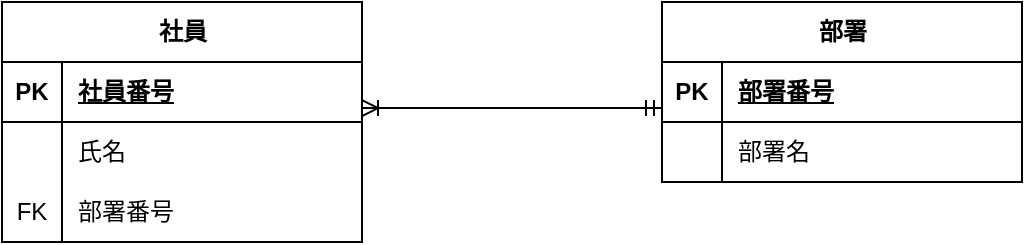
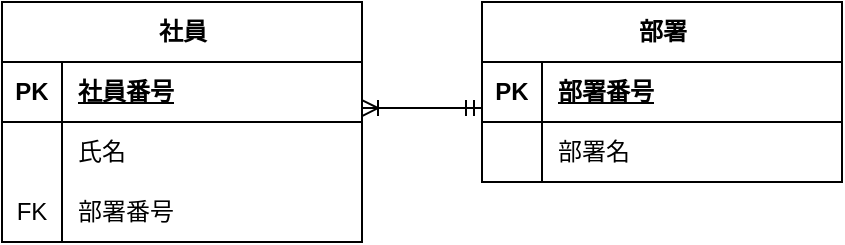
<mxfile host="65bd71144e">
    <diagram name="ページ-1" id="KEg2G5C3dqyvgz9N-VbT">
-         <mxGraphModel dx="446" dy="235" grid="1" gridSize="10" guides="1" tooltips="1" connect="1" arrows="1" fold="1" page="1" pageScale="1" pageWidth="827" pageHeight="1169" math="0" shadow="0">
+         <mxGraphModel dx="1015" dy="386" grid="1" gridSize="10" guides="1" tooltips="1" connect="1" arrows="1" fold="1" page="1" pageScale="1" pageWidth="827" pageHeight="1169" math="0" shadow="0">
            <root>
                <mxCell id="0"/>
                <mxCell id="1" parent="0"/>
                <mxCell id="LtmOEKHo_LTRpUcJHJ3s-27" style="edgeStyle=orthogonalEdgeStyle;rounded=0;orthogonalLoop=1;jettySize=auto;html=1;exitX=1;exitY=0.767;exitDx=0;exitDy=0;entryX=0;entryY=0.767;entryDx=0;entryDy=0;startArrow=ERoneToMany;startFill=0;endArrow=ERmandOne;endFill=0;exitPerimeter=0;entryPerimeter=0;" parent="1" source="3" target="16" edge="1">
                    <mxGeometry relative="1" as="geometry"/>
                </mxCell>
                <mxCell id="2" value="社員" style="shape=table;startSize=30;container=1;collapsible=1;childLayout=tableLayout;fixedRows=1;rowLines=0;fontStyle=1;align=center;resizeLast=1;html=1;" parent="1" vertex="1">
                    <mxGeometry x="40" y="40" width="180" height="120" as="geometry"/>
                </mxCell>
                <mxCell id="3" value="" style="shape=tableRow;horizontal=0;startSize=0;swimlaneHead=0;swimlaneBody=0;fillColor=none;collapsible=0;dropTarget=0;points=[[0,0.5],[1,0.5]];portConstraint=eastwest;top=0;left=0;right=0;bottom=1;" parent="2" vertex="1">
                    <mxGeometry y="30" width="180" height="30" as="geometry"/>
                </mxCell>
                <mxCell id="4" value="PK" style="shape=partialRectangle;connectable=0;fillColor=none;top=0;left=0;bottom=0;right=0;fontStyle=1;overflow=hidden;whiteSpace=wrap;html=1;" parent="3" vertex="1">
                    <mxGeometry width="30" height="30" as="geometry">
                        <mxRectangle width="30" height="30" as="alternateBounds"/>
                    </mxGeometry>
                </mxCell>
                <mxCell id="5" value="社員番号" style="shape=partialRectangle;connectable=0;fillColor=none;top=0;left=0;bottom=0;right=0;align=left;spacingLeft=6;fontStyle=5;overflow=hidden;whiteSpace=wrap;html=1;" parent="3" vertex="1">
                    <mxGeometry x="30" width="150" height="30" as="geometry">
                        <mxRectangle width="150" height="30" as="alternateBounds"/>
                    </mxGeometry>
                </mxCell>
                <mxCell id="6" value="" style="shape=tableRow;horizontal=0;startSize=0;swimlaneHead=0;swimlaneBody=0;fillColor=none;collapsible=0;dropTarget=0;points=[[0,0.5],[1,0.5]];portConstraint=eastwest;top=0;left=0;right=0;bottom=0;" parent="2" vertex="1">
                    <mxGeometry y="60" width="180" height="30" as="geometry"/>
                </mxCell>
                <mxCell id="7" value="" style="shape=partialRectangle;connectable=0;fillColor=none;top=0;left=0;bottom=0;right=0;editable=1;overflow=hidden;whiteSpace=wrap;html=1;" parent="6" vertex="1">
                    <mxGeometry width="30" height="30" as="geometry">
                        <mxRectangle width="30" height="30" as="alternateBounds"/>
                    </mxGeometry>
                </mxCell>
                <mxCell id="8" value="氏名" style="shape=partialRectangle;connectable=0;fillColor=none;top=0;left=0;bottom=0;right=0;align=left;spacingLeft=6;overflow=hidden;whiteSpace=wrap;html=1;" parent="6" vertex="1">
                    <mxGeometry x="30" width="150" height="30" as="geometry">
                        <mxRectangle width="150" height="30" as="alternateBounds"/>
                    </mxGeometry>
                </mxCell>
                <mxCell id="12" value="" style="shape=tableRow;horizontal=0;startSize=0;swimlaneHead=0;swimlaneBody=0;fillColor=none;collapsible=0;dropTarget=0;points=[[0,0.5],[1,0.5]];portConstraint=eastwest;top=0;left=0;right=0;bottom=0;" parent="2" vertex="1">
                    <mxGeometry y="90" width="180" height="30" as="geometry"/>
                </mxCell>
                <mxCell id="13" value="FK" style="shape=partialRectangle;connectable=0;fillColor=none;top=0;left=0;bottom=0;right=0;editable=1;overflow=hidden;whiteSpace=wrap;html=1;" parent="12" vertex="1">
                    <mxGeometry width="30" height="30" as="geometry">
                        <mxRectangle width="30" height="30" as="alternateBounds"/>
                    </mxGeometry>
                </mxCell>
                <mxCell id="14" value="部署番号" style="shape=partialRectangle;connectable=0;fillColor=none;top=0;left=0;bottom=0;right=0;align=left;spacingLeft=6;overflow=hidden;whiteSpace=wrap;html=1;" parent="12" vertex="1">
                    <mxGeometry x="30" width="150" height="30" as="geometry">
                        <mxRectangle width="150" height="30" as="alternateBounds"/>
                    </mxGeometry>
                </mxCell>
                <mxCell id="15" value="部署" style="shape=table;startSize=30;container=1;collapsible=1;childLayout=tableLayout;fixedRows=1;rowLines=0;fontStyle=1;align=center;resizeLast=1;html=1;" parent="1" vertex="1">
-                     <mxGeometry x="370" y="40" width="180" height="90" as="geometry"/>
+                     <mxGeometry x="280" y="40" width="180" height="90" as="geometry"/>
                </mxCell>
                <mxCell id="16" value="" style="shape=tableRow;horizontal=0;startSize=0;swimlaneHead=0;swimlaneBody=0;fillColor=none;collapsible=0;dropTarget=0;points=[[0,0.5],[1,0.5]];portConstraint=eastwest;top=0;left=0;right=0;bottom=1;" parent="15" vertex="1">
                    <mxGeometry y="30" width="180" height="30" as="geometry"/>
                </mxCell>
                <mxCell id="17" value="PK" style="shape=partialRectangle;connectable=0;fillColor=none;top=0;left=0;bottom=0;right=0;fontStyle=1;overflow=hidden;whiteSpace=wrap;html=1;" parent="16" vertex="1">
                    <mxGeometry width="30" height="30" as="geometry">
                        <mxRectangle width="30" height="30" as="alternateBounds"/>
                    </mxGeometry>
                </mxCell>
                <mxCell id="18" value="部署番号" style="shape=partialRectangle;connectable=0;fillColor=none;top=0;left=0;bottom=0;right=0;align=left;spacingLeft=6;fontStyle=5;overflow=hidden;whiteSpace=wrap;html=1;" parent="16" vertex="1">
                    <mxGeometry x="30" width="150" height="30" as="geometry">
                        <mxRectangle width="150" height="30" as="alternateBounds"/>
                    </mxGeometry>
                </mxCell>
                <mxCell id="19" value="" style="shape=tableRow;horizontal=0;startSize=0;swimlaneHead=0;swimlaneBody=0;fillColor=none;collapsible=0;dropTarget=0;points=[[0,0.5],[1,0.5]];portConstraint=eastwest;top=0;left=0;right=0;bottom=0;" parent="15" vertex="1">
                    <mxGeometry y="60" width="180" height="30" as="geometry"/>
                </mxCell>
                <mxCell id="20" value="" style="shape=partialRectangle;connectable=0;fillColor=none;top=0;left=0;bottom=0;right=0;editable=1;overflow=hidden;whiteSpace=wrap;html=1;" parent="19" vertex="1">
                    <mxGeometry width="30" height="30" as="geometry">
                        <mxRectangle width="30" height="30" as="alternateBounds"/>
                    </mxGeometry>
                </mxCell>
                <mxCell id="21" value="部署名" style="shape=partialRectangle;connectable=0;fillColor=none;top=0;left=0;bottom=0;right=0;align=left;spacingLeft=6;overflow=hidden;whiteSpace=wrap;html=1;" parent="19" vertex="1">
                    <mxGeometry x="30" width="150" height="30" as="geometry">
                        <mxRectangle width="150" height="30" as="alternateBounds"/>
                    </mxGeometry>
                </mxCell>
            </root>
        </mxGraphModel>
    </diagram>
</mxfile>